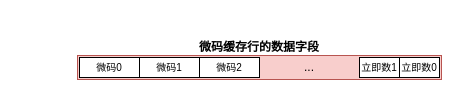
This is image/ucache_line.drawio from jensen-yan/yanyue_essay, a draw.io file, before an edit. Source tidied: cells renumbered, new cells numbered last; positions are measured from the earlier drawing's top-left corner, leaving out a move shared by most shapes. Both pictures are drawn from the tidied source at 100%, with x=0, y=0 at pixel (77, 37).
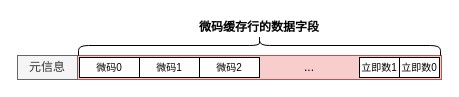
Above is the later version.

Change to the diagram source:
```diff
@@
 <mxGraphModel>
   <root>
     <mxCell id="0" />
     <mxCell id="1" parent="0" />
     <mxCell id="2" style="rounded=0;whiteSpace=wrap;html=1;fontFamily=mono;fillColor=#f8cecc;strokeColor=#b85450;" parent="1" vertex="1">
       <mxGeometry y="18" width="364" height="24" as="geometry" />
     </mxCell>
     <mxCell id="3" value="微码0" style="rounded=0;whiteSpace=wrap;html=1;fontFamily=mono;fontSize=10;" parent="1" vertex="1">
       <mxGeometry x="2" y="20" width="60" height="20" as="geometry" />
     </mxCell>
     <mxCell id="4" value="微码1" style="rounded=0;whiteSpace=wrap;html=1;fontFamily=mono;fontSize=10;" parent="1" vertex="1">
       <mxGeometry x="62" y="20" width="60" height="20" as="geometry" />
     </mxCell>
     <mxCell id="5" value="微码2" style="rounded=0;whiteSpace=wrap;html=1;fontFamily=mono;fontSize=10;" parent="1" vertex="1">
       <mxGeometry x="122" y="20" width="60" height="20" as="geometry" />
     </mxCell>
     <mxCell id="6" value="&lt;font style=&quot;font-size: 10px;&quot;&gt;立即数0&lt;/font&gt;" style="rounded=0;whiteSpace=wrap;html=1;fontFamily=mono;" parent="1" vertex="1">
       <mxGeometry x="322" y="20" width="40" height="20" as="geometry" />
     </mxCell>
     <mxCell id="7" value="&lt;font style=&quot;font-size: 10px;&quot;&gt;立即数1&lt;/font&gt;" style="rounded=0;whiteSpace=wrap;html=1;fontFamily=mono;" parent="1" vertex="1">
       <mxGeometry x="282" y="20" width="40" height="20" as="geometry" />
     </mxCell>
     <mxCell id="8" value="&lt;b style=&quot;border-color: var(--border-color);&quot;&gt;微码缓存行的数据字段&lt;/b&gt;" style="text;html=1;strokeColor=none;fillColor=none;align=center;verticalAlign=middle;whiteSpace=wrap;rounded=0;fontFamily=mono;" parent="1" vertex="1">
-      <mxGeometry x="2" width="360" height="20" as="geometry" />
+      <mxGeometry x="2" y="-20" width="360" height="20" as="geometry" />
     </mxCell>
     <mxCell id="9" value="..." style="rounded=0;whiteSpace=wrap;html=1;fontFamily=mono;fillColor=none;strokeColor=none;" parent="1" vertex="1">
       <mxGeometry x="182" y="20" width="100" height="20" as="geometry" />
     </mxCell>
+    <mxCell id="10" value="元信息" style="rounded=0;whiteSpace=wrap;html=1;fontFamily=mono;fillColor=#f5f5f5;strokeColor=#666666;fontColor=#333333;" parent="1" vertex="1">
+      <mxGeometry x="-60" y="18" width="60" height="24" as="geometry" />
+    </mxCell>
+    <mxCell id="11" style="shape=curlyBracket;whiteSpace=wrap;html=1;rounded=1;labelPosition=left;verticalLabelPosition=middle;align=right;verticalAlign=middle;direction=south;" parent="1" vertex="1">
+      <mxGeometry x="1" y="-2" width="362" height="20" as="geometry" />
+    </mxCell>
   </root>
 </mxGraphModel>
```
